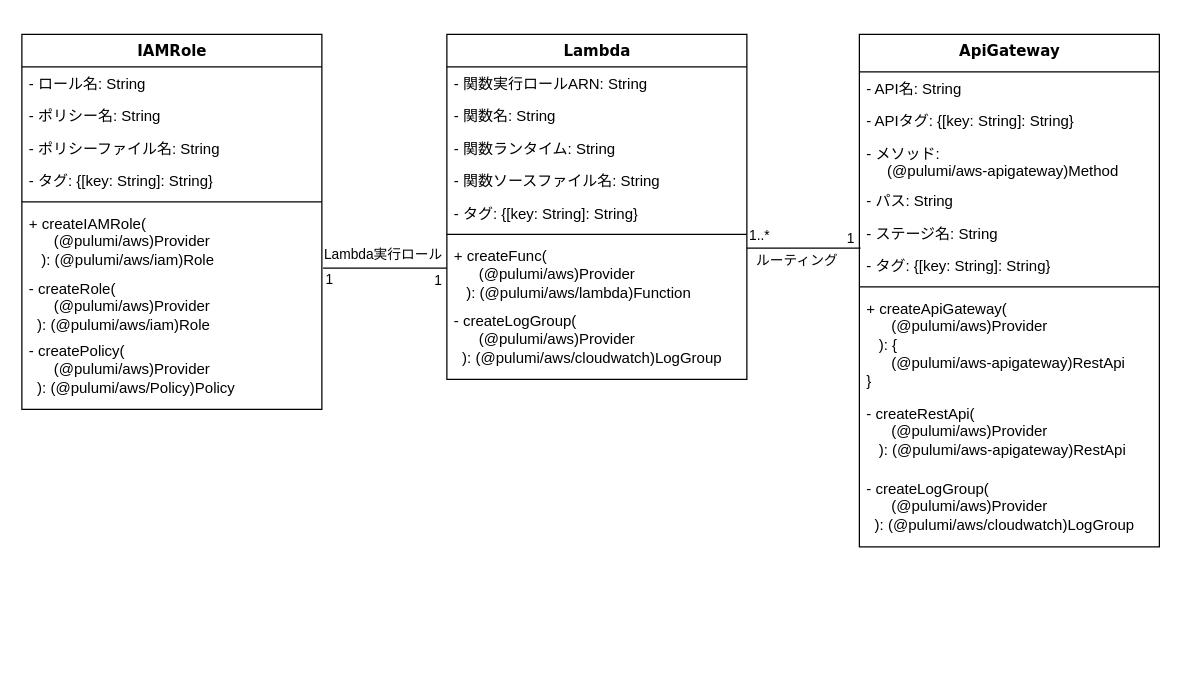
Above: .docs/PicToTextInfraClass.drawio in takata-kento/InfraPicToTxt (draw.io), before the change. Source tidied: cells renumbered, new cells numbered last; positions are measured from the earlier drawing's top-left corner, leaving out a move shared by most shapes. Both pictures are drawn from the tidied source at 125%, with x=0, y=0 at pixel (21, 34).
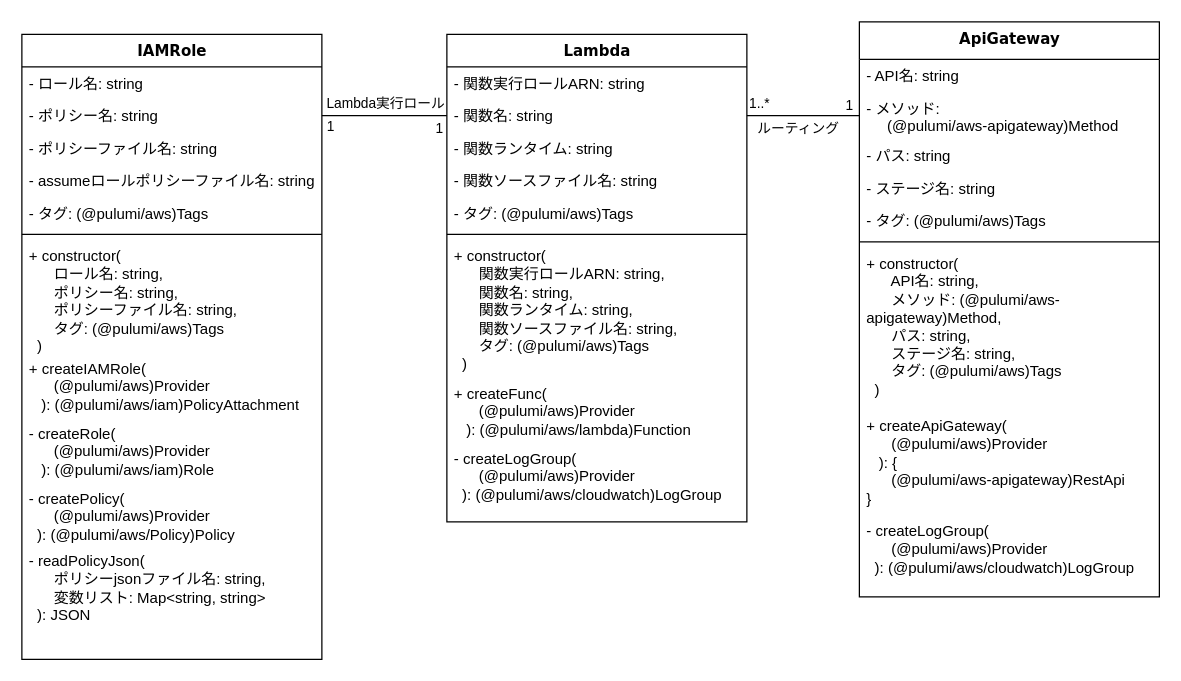
The same diagram, later.

The edit, as a diff of the source:
```diff
@@
     <mxCell id="2" value="Lambda" style="swimlane;html=1;fontStyle=1;align=center;verticalAlign=top;horizontal=1;startSize=26;swimlaneFillColor=#ffffff;rounded=0;shadow=0;comic=0;labelBackgroundColor=none;strokeWidth=1;fillColor=none;fontFamily=Verdana;fontSize=12;" parent="1" vertex="1">
-      <mxGeometry x="340" width="240" height="276" as="geometry" />
+      <mxGeometry x="340" width="240" height="390" as="geometry" />
     </mxCell>
-    <mxCell id="3" value="- 関数実行ロールARN: String" style="text;html=1;strokeColor=none;fillColor=none;align=left;verticalAlign=top;spacingLeft=4;spacingRight=4;whiteSpace=wrap;overflow=hidden;" parent="2" vertex="1">
+    <mxCell id="3" value="- 関数実行ロールARN: string" style="text;html=1;strokeColor=none;fillColor=none;align=left;verticalAlign=top;spacingLeft=4;spacingRight=4;whiteSpace=wrap;overflow=hidden;" parent="2" vertex="1">
       <mxGeometry y="26" width="240" height="26" as="geometry" />
     </mxCell>
-    <mxCell id="4" value="- 関数名: String" style="text;html=1;strokeColor=none;fillColor=none;align=left;verticalAlign=top;spacingLeft=4;spacingRight=4;whiteSpace=wrap;overflow=hidden;points=[[0,0.5],[1,0.5]];portConstraint=eastwest;" parent="2" vertex="1">
+    <mxCell id="4" value="- 関数名: string" style="text;html=1;strokeColor=none;fillColor=none;align=left;verticalAlign=top;spacingLeft=4;spacingRight=4;whiteSpace=wrap;overflow=hidden;points=[[0,0.5],[1,0.5]];portConstraint=eastwest;" parent="2" vertex="1">
       <mxGeometry y="52" width="240" height="26" as="geometry" />
     </mxCell>
-    <mxCell id="5" value="- 関数ランタイム: String" style="text;html=1;strokeColor=none;fillColor=none;align=left;verticalAlign=top;spacingLeft=4;spacingRight=4;whiteSpace=wrap;overflow=hidden;" parent="2" vertex="1">
+    <mxCell id="5" value="- 関数ランタイム: string" style="text;html=1;strokeColor=none;fillColor=none;align=left;verticalAlign=top;spacingLeft=4;spacingRight=4;whiteSpace=wrap;overflow=hidden;" parent="2" vertex="1">
       <mxGeometry y="78" width="240" height="26" as="geometry" />
     </mxCell>
-    <mxCell id="6" value="- 関数ソースファイル名: String" style="text;html=1;strokeColor=none;fillColor=none;align=left;verticalAlign=top;spacingLeft=4;spacingRight=4;whiteSpace=wrap;overflow=hidden;" parent="2" vertex="1">
+    <mxCell id="6" value="- 関数ソースファイル名: string" style="text;html=1;strokeColor=none;fillColor=none;align=left;verticalAlign=top;spacingLeft=4;spacingRight=4;whiteSpace=wrap;overflow=hidden;" parent="2" vertex="1">
       <mxGeometry y="104" width="240" height="26" as="geometry" />
     </mxCell>
-    <mxCell id="7" value="- タグ: {[key: String]: String}" style="text;html=1;strokeColor=none;fillColor=none;align=left;verticalAlign=top;spacingLeft=4;spacingRight=4;whiteSpace=wrap;overflow=hidden;" parent="2" vertex="1">
+    <mxCell id="7" value="- タグ: (@pulumi/aws)Tags" style="text;html=1;strokeColor=none;fillColor=none;align=left;verticalAlign=top;spacingLeft=4;spacingRight=4;whiteSpace=wrap;overflow=hidden;" parent="2" vertex="1">
       <mxGeometry y="130" width="240" height="26" as="geometry" />
     </mxCell>
@@
+    <mxCell id="41" value="+ constructor(&lt;div&gt;&amp;nbsp; &amp;nbsp; &amp;nbsp; 関数実行ロールARN: string,&lt;/div&gt;&lt;div&gt;&amp;nbsp; &amp;nbsp; &amp;nbsp; 関数名: string,&lt;/div&gt;&lt;div&gt;&amp;nbsp; &amp;nbsp; &amp;nbsp; 関数ランタイム: string,&lt;/div&gt;&lt;div&gt;&amp;nbsp; &amp;nbsp; &amp;nbsp; 関数ソースファイル名: string,&lt;br&gt;&lt;/div&gt;&lt;div&gt;&amp;nbsp; &amp;nbsp; &amp;nbsp; タグ:&amp;nbsp;&lt;span style=&quot;background-color: initial;&quot;&gt;(@pulumi/aws)Tags&lt;/span&gt;&lt;/div&gt;&lt;div&gt;&amp;nbsp; )&lt;/div&gt;" style="text;html=1;strokeColor=none;fillColor=none;align=left;verticalAlign=top;spacingLeft=4;spacingRight=4;whiteSpace=wrap;overflow=hidden;" parent="2" vertex="1">
+      <mxGeometry y="164" width="240" height="110" as="geometry" />
+    </mxCell>
     <mxCell id="9" value="+ createFunc(&lt;div&gt;&amp;nbsp; &amp;nbsp; &amp;nbsp; (@pulumi/aws)Provider&lt;/div&gt;&lt;div&gt;&amp;nbsp; &amp;nbsp;): (@pulumi/aws/lambda)Function&lt;/div&gt;" style="text;html=1;strokeColor=none;fillColor=none;align=left;verticalAlign=top;spacingLeft=4;spacingRight=4;whiteSpace=wrap;overflow=hidden;points=[[0,0.5],[1,0.5]];portConstraint=eastwest;" parent="2" vertex="1">
-      <mxGeometry y="164" width="240" height="52" as="geometry" />
+      <mxGeometry y="274" width="240" height="52" as="geometry" />
     </mxCell>
     <mxCell id="10" value="- createLogGroup(&lt;div&gt;&amp;nbsp; &amp;nbsp; &amp;nbsp; (@pulumi/aws)Provider&lt;/div&gt;&lt;div&gt;&amp;nbsp; ):&amp;nbsp;&lt;span style=&quot;background-color: initial;&quot;&gt;(@pulumi/aws/cloudwatch)LogGroup&lt;/span&gt;&lt;/div&gt;" style="text;html=1;strokeColor=none;fillColor=none;align=left;verticalAlign=top;spacingLeft=4;spacingRight=4;whiteSpace=wrap;overflow=hidden;" parent="2" vertex="1">
-      <mxGeometry y="216" width="240" height="50" as="geometry" />
+      <mxGeometry y="326" width="240" height="50" as="geometry" />
     </mxCell>
@@
     <mxCell id="13" value="&lt;div&gt;ApiGateway&lt;/div&gt;" style="swimlane;html=1;fontStyle=1;align=center;verticalAlign=top;horizontal=1;startSize=30;swimlaneFillColor=#ffffff;rounded=0;shadow=0;comic=0;labelBackgroundColor=none;strokeWidth=1;fillColor=none;fontFamily=Verdana;fontSize=12;" parent="1" vertex="1">
-      <mxGeometry x="670" width="240" height="410" as="geometry" />
+      <mxGeometry x="670" y="-10" width="240" height="460" as="geometry" />
     </mxCell>
-    <mxCell id="14" value="- API名: String" style="text;html=1;strokeColor=none;fillColor=none;align=left;verticalAlign=top;spacingLeft=4;spacingRight=4;whiteSpace=wrap;overflow=hidden;" parent="13" vertex="1">
+    <mxCell id="14" value="- API名: string" style="text;html=1;strokeColor=none;fillColor=none;align=left;verticalAlign=top;spacingLeft=4;spacingRight=4;whiteSpace=wrap;overflow=hidden;" parent="13" vertex="1">
       <mxGeometry y="30" width="240" height="26" as="geometry" />
     </mxCell>
-    <mxCell id="15" value="- APIタグ: {[key: String]: String}" style="text;html=1;strokeColor=none;fillColor=none;align=left;verticalAlign=top;spacingLeft=4;spacingRight=4;whiteSpace=wrap;overflow=hidden;" parent="13" vertex="1">
-      <mxGeometry y="56" width="240" height="26" as="geometry" />
-    </mxCell>
     <mxCell id="16" value="- メソッド:&lt;div&gt;&amp;nbsp; &amp;nbsp; &amp;nbsp;(@pulumi/aws-apigateway)Method&lt;/div&gt;" style="text;html=1;strokeColor=none;fillColor=none;align=left;verticalAlign=top;spacingLeft=4;spacingRight=4;whiteSpace=wrap;overflow=hidden;points=[[0,0.5],[1,0.5]];portConstraint=eastwest;" parent="13" vertex="1">
-      <mxGeometry y="82" width="240" height="38" as="geometry" />
+      <mxGeometry y="56" width="240" height="38" as="geometry" />
     </mxCell>
-    <mxCell id="17" value="- パス: String" style="text;html=1;strokeColor=none;fillColor=none;align=left;verticalAlign=top;spacingLeft=4;spacingRight=4;whiteSpace=wrap;overflow=hidden;" parent="13" vertex="1">
-      <mxGeometry y="120" width="240" height="26" as="geometry" />
+    <mxCell id="17" value="- パス: string" style="text;html=1;strokeColor=none;fillColor=none;align=left;verticalAlign=top;spacingLeft=4;spacingRight=4;whiteSpace=wrap;overflow=hidden;" parent="13" vertex="1">
+      <mxGeometry y="94" width="240" height="26" as="geometry" />
     </mxCell>
-    <mxCell id="18" value="- ステージ名: String" style="text;html=1;strokeColor=none;fillColor=none;align=left;verticalAlign=top;spacingLeft=4;spacingRight=4;whiteSpace=wrap;overflow=hidden;points=[[0,0.5],[1,0.5]];portConstraint=eastwest;" parent="13" vertex="1">
-      <mxGeometry y="146" width="240" height="26" as="geometry" />
+    <mxCell id="18" value="- ステージ名: string" style="text;html=1;strokeColor=none;fillColor=none;align=left;verticalAlign=top;spacingLeft=4;spacingRight=4;whiteSpace=wrap;overflow=hidden;points=[[0,0.5],[1,0.5]];portConstraint=eastwest;" parent="13" vertex="1">
+      <mxGeometry y="120" width="240" height="26" as="geometry" />
     </mxCell>
-    <mxCell id="19" value="- タグ: {[key: String]: String}" style="text;html=1;strokeColor=none;fillColor=none;align=left;verticalAlign=top;spacingLeft=4;spacingRight=4;whiteSpace=wrap;overflow=hidden;" parent="13" vertex="1">
-      <mxGeometry y="172" width="240" height="26" as="geometry" />
+    <mxCell id="19" value="- タグ: (@pulumi/aws)Tags" style="text;html=1;strokeColor=none;fillColor=none;align=left;verticalAlign=top;spacingLeft=4;spacingRight=4;whiteSpace=wrap;overflow=hidden;" parent="13" vertex="1">
+      <mxGeometry y="146" width="240" height="26" as="geometry" />
     </mxCell>
     <mxCell id="20" style="line;html=1;strokeWidth=1;fillColor=none;align=left;verticalAlign=middle;spacingTop=-1;spacingLeft=3;spacingRight=3;labelPosition=right;" parent="13" vertex="1">
-      <mxGeometry y="198" width="240" height="8" as="geometry" />
+      <mxGeometry y="172" width="240" height="8" as="geometry" />
     </mxCell>
+    <mxCell id="42" value="+ constructor(&lt;div&gt;&amp;nbsp; &amp;nbsp; &amp;nbsp; API名: string,&lt;/div&gt;&lt;div&gt;&amp;nbsp; &amp;nbsp; &amp;nbsp; メソッド: (@pulumi/aws-apigateway)Method,&lt;/div&gt;&lt;div&gt;&amp;nbsp; &amp;nbsp; &amp;nbsp; パス: string,&lt;/div&gt;&lt;div&gt;&amp;nbsp; &amp;nbsp; &amp;nbsp; ステージ名: string,&lt;br&gt;&lt;/div&gt;&lt;div&gt;&amp;nbsp; &amp;nbsp; &amp;nbsp; タグ:&amp;nbsp;&lt;span style=&quot;background-color: initial;&quot;&gt;(@pulumi/aws)Tags&lt;/span&gt;&lt;/div&gt;&lt;div&gt;&amp;nbsp; )&lt;/div&gt;" style="text;html=1;strokeColor=none;fillColor=none;align=left;verticalAlign=top;spacingLeft=4;spacingRight=4;whiteSpace=wrap;overflow=hidden;" parent="13" vertex="1">
+      <mxGeometry y="180" width="240" height="130" as="geometry" />
+    </mxCell>
     <mxCell id="21" value="+ createApiGateway(&lt;div&gt;&amp;nbsp; &amp;nbsp; &amp;nbsp; (@pulumi/aws)Provider&lt;/div&gt;&lt;div&gt;&amp;nbsp; &amp;nbsp;): {&lt;/div&gt;&lt;div&gt;&amp;nbsp; &amp;nbsp; &amp;nbsp; (@pulumi/aws-apigateway)RestApi&lt;/div&gt;&lt;div&gt;&lt;span style=&quot;background-color: initial;&quot;&gt;}&lt;/span&gt;&lt;/div&gt;" style="text;html=1;strokeColor=none;fillColor=none;align=left;verticalAlign=top;spacingLeft=4;spacingRight=4;whiteSpace=wrap;overflow=hidden;" parent="13" vertex="1">
-      <mxGeometry y="206" width="240" height="84" as="geometry" />
+      <mxGeometry y="310" width="240" height="84" as="geometry" />
     </mxCell>
-    <mxCell id="22" value="- createRestApi(&lt;div&gt;&amp;nbsp; &amp;nbsp; &amp;nbsp; (@pulumi/aws)Provider&lt;/div&gt;&lt;div&gt;&amp;nbsp; &amp;nbsp;):&amp;nbsp;&lt;span style=&quot;background-color: initial;&quot;&gt;(@pulumi/aws-apigateway)RestApi&lt;/span&gt;&lt;/div&gt;" style="text;html=1;strokeColor=none;fillColor=none;align=left;verticalAlign=top;spacingLeft=4;spacingRight=4;whiteSpace=wrap;overflow=hidden;" parent="13" vertex="1">
-      <mxGeometry y="290" width="240" height="60" as="geometry" />
-    </mxCell>
     <mxCell id="23" value="- createLogGroup(&lt;div&gt;&amp;nbsp; &amp;nbsp; &amp;nbsp; (@pulumi/aws)Provider&lt;/div&gt;&lt;div&gt;&amp;nbsp; ):&amp;nbsp;&lt;span style=&quot;background-color: initial;&quot;&gt;(@pulumi/aws/cloudwatch)LogGroup&lt;/span&gt;&lt;/div&gt;" style="text;html=1;strokeColor=none;fillColor=none;align=left;verticalAlign=top;spacingLeft=4;spacingRight=4;whiteSpace=wrap;overflow=hidden;" parent="13" vertex="1">
-      <mxGeometry y="350" width="240" height="50" as="geometry" />
+      <mxGeometry y="394" width="240" height="50" as="geometry" />
     </mxCell>
-    <mxCell id="24" style="endArrow=none;html=1;rounded=0;entryX=0.004;entryY=0.962;entryDx=0;entryDy=0;entryPerimeter=0;exitX=1;exitY=0.135;exitDx=0;exitDy=0;exitPerimeter=0;" parent="1" edge="1" source="9" target="18">
+    <mxCell id="24" style="endArrow=none;html=1;rounded=0;entryX=0;entryY=0.5;entryDx=0;entryDy=0;exitX=1;exitY=0.5;exitDx=0;exitDy=0;" parent="1" edge="1" source="4" target="16">
       <mxGeometry relative="1" as="geometry" />
     </mxCell>
@@
     <mxCell id="28" value="IAMRole" style="swimlane;html=1;fontStyle=1;align=center;verticalAlign=top;horizontal=1;startSize=26;swimlaneFillColor=#ffffff;rounded=0;shadow=0;comic=0;labelBackgroundColor=none;strokeWidth=1;fillColor=none;fontFamily=Verdana;fontSize=12;" parent="1" vertex="1">
-      <mxGeometry width="240" height="300" as="geometry" />
+      <mxGeometry width="240" height="500" as="geometry" />
     </mxCell>
-    <mxCell id="29" value="- ロール名: String" style="text;html=1;strokeColor=none;fillColor=none;align=left;verticalAlign=top;spacingLeft=4;spacingRight=4;whiteSpace=wrap;overflow=hidden;" parent="28" vertex="1">
+    <mxCell id="29" value="- ロール名: string" style="text;html=1;strokeColor=none;fillColor=none;align=left;verticalAlign=top;spacingLeft=4;spacingRight=4;whiteSpace=wrap;overflow=hidden;" parent="28" vertex="1">
       <mxGeometry y="26" width="240" height="26" as="geometry" />
     </mxCell>
-    <mxCell id="30" value="- ポリシー名: String" style="text;html=1;strokeColor=none;fillColor=none;align=left;verticalAlign=top;spacingLeft=4;spacingRight=4;whiteSpace=wrap;overflow=hidden;points=[[0,0.5],[1,0.5]];portConstraint=eastwest;" parent="28" vertex="1">
+    <mxCell id="30" value="- ポリシー名: string" style="text;html=1;strokeColor=none;fillColor=none;align=left;verticalAlign=top;spacingLeft=4;spacingRight=4;whiteSpace=wrap;overflow=hidden;points=[[0,0.5],[1,0.5]];portConstraint=eastwest;" parent="28" vertex="1">
       <mxGeometry y="52" width="240" height="26" as="geometry" />
     </mxCell>
-    <mxCell id="31" value="- ポリシーファイル名:&amp;nbsp;&lt;span style=&quot;background-color: initial;&quot;&gt;String&lt;/span&gt;" style="text;html=1;strokeColor=none;fillColor=none;align=left;verticalAlign=top;spacingLeft=4;spacingRight=4;whiteSpace=wrap;overflow=hidden;" parent="28" vertex="1">
+    <mxCell id="31" value="- ポリシーファイル名: s&lt;span style=&quot;background-color: initial;&quot;&gt;tring&lt;/span&gt;" style="text;html=1;strokeColor=none;fillColor=none;align=left;verticalAlign=top;spacingLeft=4;spacingRight=4;whiteSpace=wrap;overflow=hidden;" parent="28" vertex="1">
       <mxGeometry y="78" width="240" height="26" as="geometry" />
     </mxCell>
+    <mxCell id="43" value="- assumeロールポリシーファイル名: s&lt;span style=&quot;background-color: initial;&quot;&gt;tring&lt;/span&gt;" style="text;html=1;strokeColor=none;fillColor=none;align=left;verticalAlign=top;spacingLeft=4;spacingRight=4;whiteSpace=wrap;overflow=hidden;" parent="28" vertex="1">
+      <mxGeometry y="104" width="240" height="26" as="geometry" />
+    </mxCell>
-    <mxCell id="32" value="- タグ: {[key: String]: String}" style="text;html=1;strokeColor=none;fillColor=none;align=left;verticalAlign=top;spacingLeft=4;spacingRight=4;whiteSpace=wrap;overflow=hidden;" parent="28" vertex="1">
-      <mxGeometry y="104" width="240" height="26" as="geometry" />
+    <mxCell id="32" value="- タグ: (@pulumi/aws)Tags" style="text;html=1;strokeColor=none;fillColor=none;align=left;verticalAlign=top;spacingLeft=4;spacingRight=4;whiteSpace=wrap;overflow=hidden;" parent="28" vertex="1">
+      <mxGeometry y="130" width="240" height="26" as="geometry" />
     </mxCell>
     <mxCell id="33" style="line;html=1;strokeWidth=1;fillColor=none;align=left;verticalAlign=middle;spacingTop=-1;spacingLeft=3;spacingRight=3;labelPosition=right;" parent="28" vertex="1">
-      <mxGeometry y="130" width="240" height="8" as="geometry" />
+      <mxGeometry y="156" width="240" height="8" as="geometry" />
     </mxCell>
+    <mxCell id="44" value="+ constructor(&lt;div&gt;&amp;nbsp; &amp;nbsp; &amp;nbsp; ロール名: string,&lt;/div&gt;&lt;div&gt;&amp;nbsp; &amp;nbsp; &amp;nbsp; ポリシー名: string,&lt;/div&gt;&lt;div&gt;&amp;nbsp; &amp;nbsp; &amp;nbsp; ポリシーファイル名: string,&lt;/div&gt;&lt;div&gt;&amp;nbsp; &amp;nbsp; &amp;nbsp; タグ:&amp;nbsp;&lt;span style=&quot;background-color: initial;&quot;&gt;(@pulumi/aws)Tags&lt;/span&gt;&lt;/div&gt;&lt;div&gt;&amp;nbsp; )&lt;/div&gt;" style="text;html=1;strokeColor=none;fillColor=none;align=left;verticalAlign=top;spacingLeft=4;spacingRight=4;whiteSpace=wrap;overflow=hidden;" parent="28" vertex="1">
+      <mxGeometry y="164" width="240" height="90" as="geometry" />
+    </mxCell>
-    <mxCell id="34" value="+ createIAMRole(&lt;div&gt;&amp;nbsp; &amp;nbsp; &amp;nbsp; (@pulumi/aws)Provider&lt;/div&gt;&lt;div&gt;&amp;nbsp; &amp;nbsp;): (@pulumi/aws/iam)Role&lt;/div&gt;" style="text;html=1;strokeColor=none;fillColor=none;align=left;verticalAlign=top;spacingLeft=4;spacingRight=4;whiteSpace=wrap;overflow=hidden;" parent="28" vertex="1">
-      <mxGeometry y="138" width="240" height="52" as="geometry" />
+    <mxCell id="34" value="+ createIAMRole(&lt;div&gt;&amp;nbsp; &amp;nbsp; &amp;nbsp; (@pulumi/aws)Provider&lt;/div&gt;&lt;div&gt;&amp;nbsp; &amp;nbsp;): (@pulumi/aws/iam)PolicyAttachment&lt;/div&gt;" style="text;html=1;strokeColor=none;fillColor=none;align=left;verticalAlign=top;spacingLeft=4;spacingRight=4;whiteSpace=wrap;overflow=hidden;" parent="28" vertex="1">
+      <mxGeometry y="254" width="240" height="52" as="geometry" />
     </mxCell>
-    <mxCell id="35" value="- createRole(&lt;div&gt;&amp;nbsp; &amp;nbsp; &amp;nbsp; (@pulumi/aws)Provider&lt;/div&gt;&lt;div&gt;&amp;nbsp; ):&amp;nbsp;&lt;span style=&quot;background-color: initial;&quot;&gt;(@pulumi/aws/iam)Role&lt;/span&gt;&lt;/div&gt;" style="text;html=1;strokeColor=none;fillColor=none;align=left;verticalAlign=top;spacingLeft=4;spacingRight=4;whiteSpace=wrap;overflow=hidden;points=[[0,0.5],[1,0.5]];portConstraint=eastwest;" parent="28" vertex="1">
-      <mxGeometry y="190" width="240" height="50" as="geometry" />
+    <mxCell id="35" value="- createRole(&lt;div&gt;&amp;nbsp; &amp;nbsp; &amp;nbsp; (@pulumi/aws)Provider&lt;/div&gt;&lt;div&gt;&amp;nbsp; &amp;nbsp;): (@pulumi/aws/iam)Role&lt;/div&gt;" style="text;html=1;strokeColor=none;fillColor=none;align=left;verticalAlign=top;spacingLeft=4;spacingRight=4;whiteSpace=wrap;overflow=hidden;points=[[0,0.5],[1,0.5]];portConstraint=eastwest;" parent="28" vertex="1">
+      <mxGeometry y="306" width="240" height="52" as="geometry" />
     </mxCell>
     <mxCell id="36" value="- createPolicy(&lt;div&gt;&amp;nbsp; &amp;nbsp; &amp;nbsp; (@pulumi/aws)Provider&lt;/div&gt;&lt;div&gt;&amp;nbsp; ):&amp;nbsp;&lt;span style=&quot;background-color: initial;&quot;&gt;(@pulumi/aws/Policy)Policy&lt;/span&gt;&lt;/div&gt;" style="text;html=1;strokeColor=none;fillColor=none;align=left;verticalAlign=top;spacingLeft=4;spacingRight=4;whiteSpace=wrap;overflow=hidden;" parent="28" vertex="1">
-      <mxGeometry y="240" width="240" height="50" as="geometry" />
+      <mxGeometry y="358" width="240" height="50" as="geometry" />
     </mxCell>
+    <mxCell id="45" value="- readPolicyJson(&lt;div&gt;&amp;nbsp; &amp;nbsp; &amp;nbsp; ポリシーjsonファイル名: string,&lt;/div&gt;&lt;div&gt;&lt;span style=&quot;background-color: initial;&quot;&gt;&amp;nbsp; &amp;nbsp; &amp;nbsp; 変数リスト: Map&amp;lt;string, string&amp;gt;&lt;/span&gt;&lt;/div&gt;&lt;div&gt;&lt;span style=&quot;background-color: initial;&quot;&gt;&amp;nbsp; ): JSON&lt;/span&gt;&lt;/div&gt;" style="text;html=1;strokeColor=none;fillColor=none;align=left;verticalAlign=top;spacingLeft=4;spacingRight=4;whiteSpace=wrap;overflow=hidden;" parent="28" vertex="1">
+      <mxGeometry y="408" width="240" height="70" as="geometry" />
+    </mxCell>
-    <mxCell id="37" style="endArrow=none;html=1;rounded=0;exitX=1.004;exitY=-0.06;exitDx=0;exitDy=0;exitPerimeter=0;" parent="1" edge="1" source="35">
-      <mxGeometry relative="1" as="geometry">
-        <mxPoint x="340" y="187" as="targetPoint" />
-      </mxGeometry>
+    <mxCell id="37" style="endArrow=none;html=1;rounded=0;exitX=1;exitY=0.5;exitDx=0;exitDy=0;entryX=0;entryY=0.5;entryDx=0;entryDy=0;" parent="1" edge="1" source="30" target="4">
+      <mxGeometry relative="1" as="geometry" />
     </mxCell>
@@
-    <mxCell id="40" value="Lambda実行ロール" style="edgeLabel;html=1;align=center;verticalAlign=middle;" parent="1" vertex="1">
-      <mxGeometry x="294" y="179" as="geometry">
-        <mxPoint x="-6" y="-4" as="offset" />
+    <mxCell id="40" value="Lambda実行ロール" style="edgeLabel;html=1;align=center;verticalAlign=middle;" parent="37" vertex="1">
+      <mxGeometry x="-0.08" y="-1" relative="1" as="geometry">
+        <mxPoint x="4" y="-12" as="offset" />
       </mxGeometry>
     </mxCell>
```
